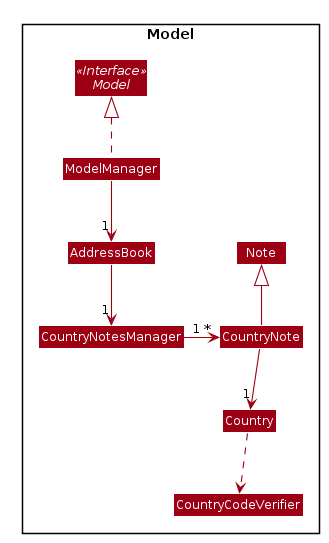
The PlantUML diagram docs/images/CountryClass.png in tankangliang/tp, before a commit. The source it was exported from:
```plantuml
@startuml








skinparam BackgroundColor #FFFFFFF

skinparam Shadowing false

skinparam Class {
    FontColor #FFFFFF
    BorderThickness 1
    BorderColor #FFFFFF
    StereotypeFontColor #FFFFFF
    FontName Arial
}

skinparam Actor {
    BorderColor #000000
    Color #000000
    FontName Arial
}

skinparam Sequence {
    MessageAlign center
    BoxFontSize 15
    BoxPadding 0
    BoxFontColor #FFFFFF
    FontName Arial
}

skinparam Participant {
    FontColor #FFFFFFF
    Padding 20
}

skinparam MinClassWidth 50
skinparam ParticipantPadding 10
skinparam Shadowing false
skinparam DefaultTextAlignment center
skinparam packageStyle Rectangle

hide footbox
hide members
hide circle
skinparam arrowThickness 1.1
skinparam arrowColor #9D0012
skinparam classBackgroundColor #9D0012

package Model {
Class Country
Class CountryNotesManager
Class CountryCodeVerifier
Class Note
Class CountryNote
Class AddressBook
Interface Model <<Interface>>
Class ModelManager
}

ModelManager .up.|> Model
ModelManager -down-> "1" AddressBook
AddressBook --> "1" CountryNotesManager
CountryNotesManager "1" -r-> "*" CountryNote
CountryNote -up-|> Note
CountryNote --> "1" Country
Country ..> CountryCodeVerifier

@enduml
```
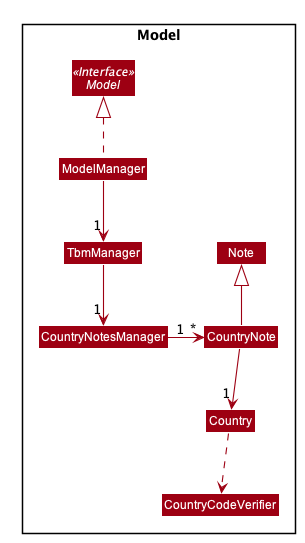
After the commit.

Commit message:
Update diag class names

Change to the diagram source:
```diff
@@ -57,14 +57,14 @@
 Class CountryCodeVerifier
 Class Note
 Class CountryNote
-Class AddressBook
+Class TbmManager
 Interface Model <<Interface>>
 Class ModelManager
 }
 
 ModelManager .up.|> Model
-ModelManager -down-> "1" AddressBook
-AddressBook --> "1" CountryNotesManager
+ModelManager -down-> "1" TbmManager
+TbmManager --> "1" CountryNotesManager
 CountryNotesManager "1" -r-> "*" CountryNote
 CountryNote -up-|> Note
 CountryNote --> "1" Country
```
